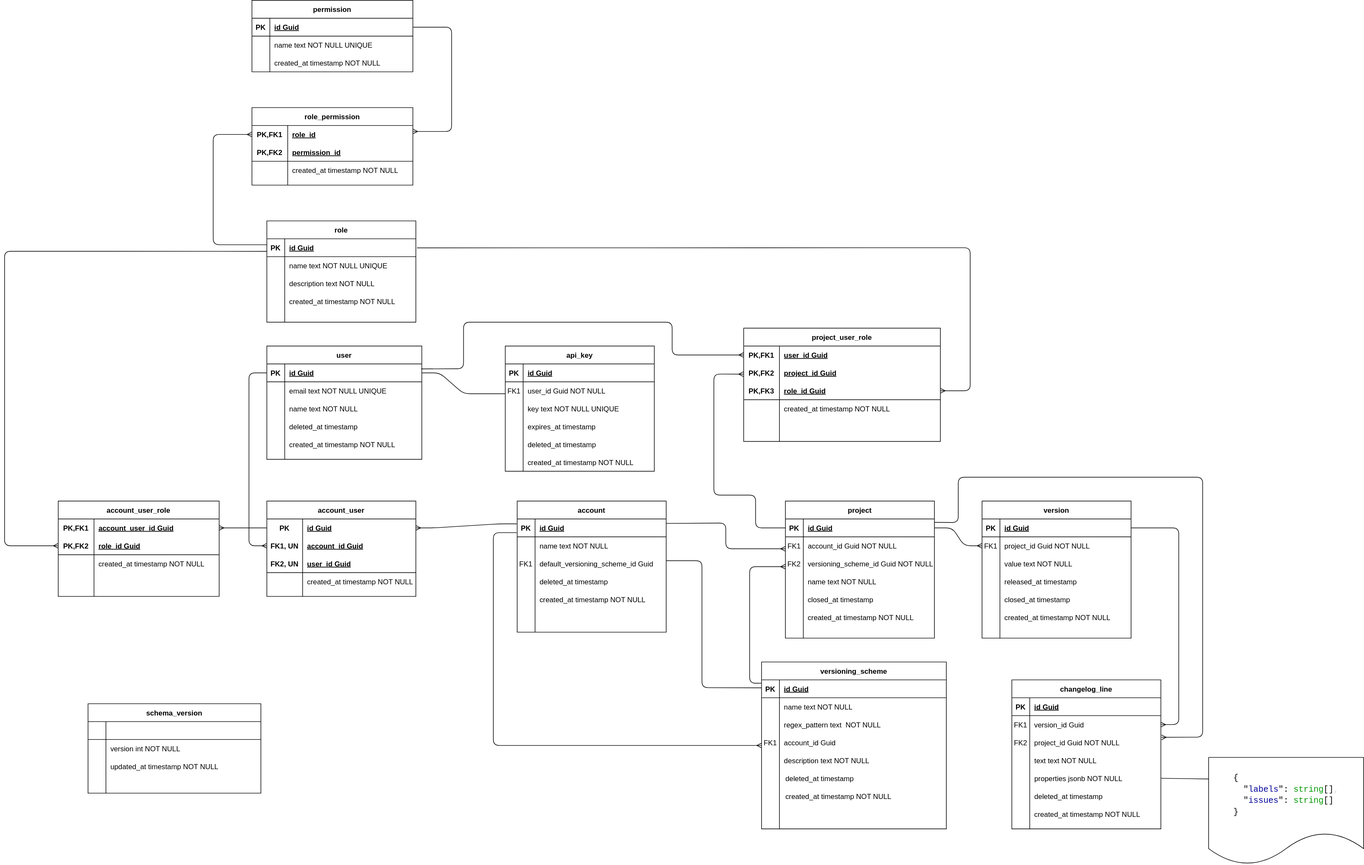
The draw.io diagram docs/assets/ChangeTrackerDbSchema.svg in stefan-jeitler/change-blog, before a commit. Source tidied: cells renumbered, new cells last; positions are measured from the earlier drawing's top-left corner, leaving out a move shared by most shapes.
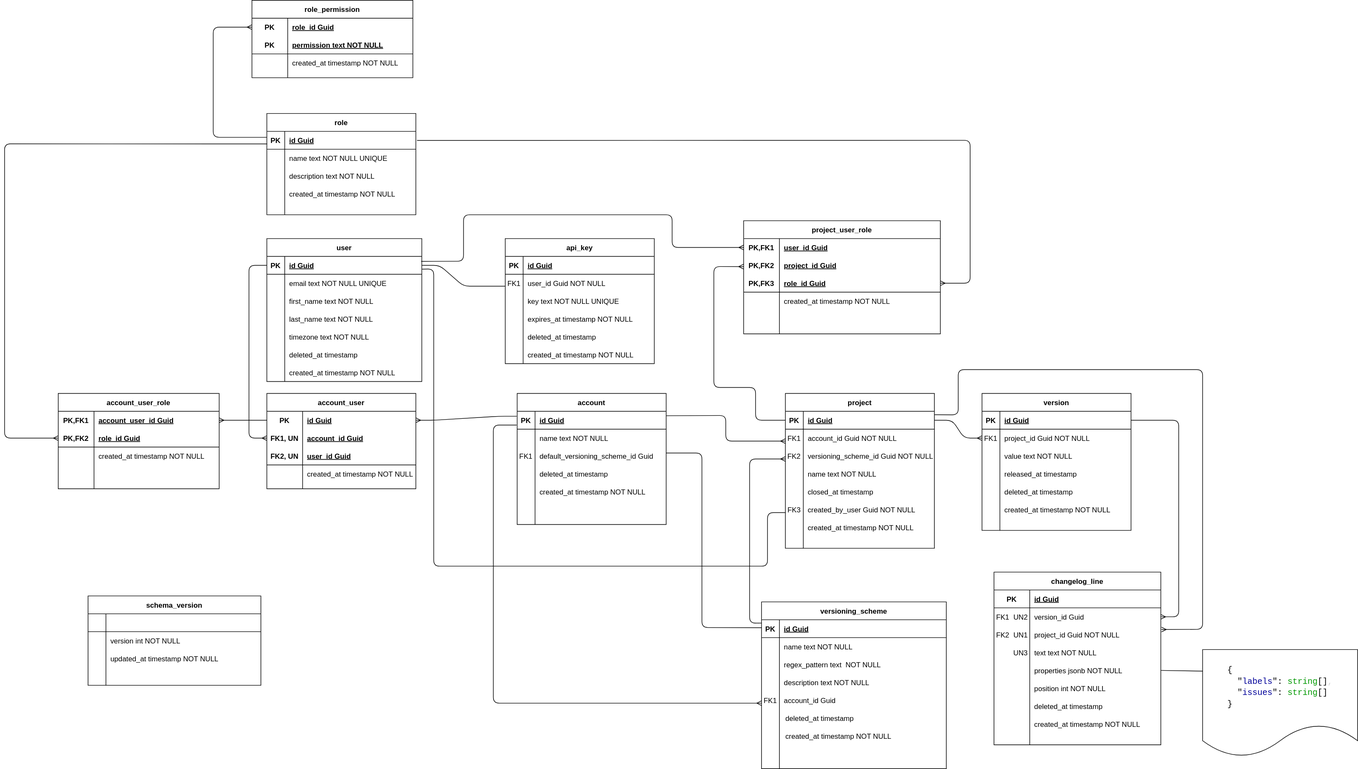
After the commit.

What changed in the source:
```diff
@@ -41,33 +41,33 @@
     <mxCell id="14" value="changelog_line" style="shape=table;startSize=30;rowLines=0;fontStyle=1;align=center;" parent="1" vertex="1">
-      <mxGeometry x="1689.9" y="1140" width="250" height="250" as="geometry" />
+      <mxGeometry x="1660" y="1140" width="279.9" height="290" as="geometry" />
     </mxCell>
     <mxCell id="15" style="shape=partialRectangle;fillColor=none;top=0;left=0;right=0;bottom=1;" parent="14" vertex="1">
-      <mxGeometry y="30" width="250" height="30" as="geometry" />
+      <mxGeometry y="30" width="279.9" height="30" as="geometry" />
     </mxCell>
     <mxCell id="16" value="PK" style="shape=partialRectangle;overflow=hidden;fillColor=none;top=0;left=0;bottom=0;right=0;fontStyle=1;" parent="15" vertex="1">
-      <mxGeometry width="30" height="30" as="geometry" />
+      <mxGeometry width="60" height="30" as="geometry" />
     </mxCell>
     <mxCell id="17" value="id Guid" style="shape=partialRectangle;overflow=hidden;fillColor=none;top=0;left=0;bottom=0;right=0;align=left;spacingLeft=6;fontStyle=5;" parent="15" vertex="1">
-      <mxGeometry x="30" width="220" height="30" as="geometry" />
+      <mxGeometry x="60" width="219.9" height="30" as="geometry" />
     </mxCell>
     <mxCell id="18" style="shape=partialRectangle;fillColor=none;points=[[0,0.5],[1,0.5]];portConstraint=eastwest;top=0;left=0;right=0;bottom=0;" parent="14" vertex="1">
-      <mxGeometry y="60" width="250" height="30" as="geometry" />
+      <mxGeometry y="60" width="279.9" height="30" as="geometry" />
     </mxCell>
-    <mxCell id="19" value="FK1" style="shape=partialRectangle;overflow=hidden;fillColor=none;top=0;left=0;bottom=0;right=0;" parent="18" vertex="1">
-      <mxGeometry width="30" height="30" as="geometry" />
+    <mxCell id="19" style="shape=partialRectangle;overflow=hidden;fillColor=none;top=0;left=0;bottom=0;right=0;" parent="18" vertex="1">
+      <mxGeometry width="60" height="30" as="geometry" />
     </mxCell>
     <mxCell id="20" value="version_id Guid" style="shape=partialRectangle;overflow=hidden;fillColor=none;top=0;left=0;bottom=0;right=0;align=left;spacingLeft=6;" parent="18" vertex="1">
-      <mxGeometry x="30" width="220" height="30" as="geometry" />
+      <mxGeometry x="60" width="219.9" height="30" as="geometry" />
     </mxCell>
     <mxCell id="21" style="shape=partialRectangle;fillColor=none;points=[[0,0.5],[1,0.5]];portConstraint=eastwest;top=0;left=0;right=0;bottom=0;" parent="14" vertex="1">
-      <mxGeometry y="90" width="250" height="30" as="geometry" />
+      <mxGeometry y="90" width="279.9" height="30" as="geometry" />
     </mxCell>
     <mxCell id="22" style="shape=partialRectangle;overflow=hidden;fillColor=none;top=0;left=0;bottom=0;right=0;" parent="21" vertex="1">
-      <mxGeometry width="30" height="30" as="geometry" />
+      <mxGeometry width="60" height="30" as="geometry" />
     </mxCell>
     <mxCell id="23" value="project_id Guid NOT NULL" style="shape=partialRectangle;overflow=hidden;fillColor=none;top=0;left=0;bottom=0;right=0;align=left;spacingLeft=6;" parent="21" vertex="1">
-      <mxGeometry x="30" width="220" height="30" as="geometry" />
+      <mxGeometry x="60" width="219.9" height="30" as="geometry" />
     </mxCell>
     <mxCell id="24" value="project" style="shape=table;startSize=30;rowLines=0;fontStyle=1;align=center;" parent="1" vertex="1">
-      <mxGeometry x="1310" y="840" width="250" height="230" as="geometry" />
+      <mxGeometry x="1310" y="840" width="250" height="260" as="geometry" />
     </mxCell>
@@ -143,3 +143,3 @@
     <mxCell id="48" value="versioning_scheme" style="shape=table;startSize=30;rowLines=0;fontStyle=1;align=center;" parent="1" vertex="1">
-      <mxGeometry x="1270" y="1110" width="310" height="280" as="geometry" />
+      <mxGeometry x="1270" y="1190" width="310" height="280" as="geometry" />
     </mxCell>
@@ -184,3 +184,3 @@
     </mxCell>
-    <mxCell id="60" value="expires_at timestamp" style="shape=partialRectangle;overflow=hidden;fillColor=none;top=0;left=0;bottom=0;right=0;align=left;spacingLeft=6;" parent="1" vertex="1">
+    <mxCell id="60" value="expires_at timestamp NOT NULL" style="shape=partialRectangle;overflow=hidden;fillColor=none;top=0;left=0;bottom=0;right=0;align=left;spacingLeft=6;" parent="1" vertex="1">
       <mxGeometry x="870" y="700" width="220" height="30" as="geometry" />
@@ -203,5 +203,5 @@
     <mxCell id="66" value="created_at timestamp NOT NULL" style="shape=partialRectangle;overflow=hidden;fillColor=none;top=0;left=0;bottom=0;right=0;align=left;spacingLeft=6;" parent="1" vertex="1">
-      <mxGeometry x="1719.9" y="1350" width="220" height="30" as="geometry" />
+      <mxGeometry x="1719.9" y="1380" width="220" height="30" as="geometry" />
     </mxCell>
-    <mxCell id="67" value="closed_at timestamp" style="shape=partialRectangle;overflow=hidden;fillColor=none;top=0;left=0;bottom=0;right=0;align=left;spacingLeft=6;" parent="1" vertex="1">
+    <mxCell id="67" value="deleted_at timestamp" style="shape=partialRectangle;overflow=hidden;fillColor=none;top=0;left=0;bottom=0;right=0;align=left;spacingLeft=6;" parent="1" vertex="1">
       <mxGeometry x="1669.9" y="990" width="220" height="30" as="geometry" />
@@ -212,3 +212,3 @@
     <mxCell id="69" style="shape=partialRectangle;fillColor=none;top=0;left=0;right=0;bottom=0;" parent="1" vertex="1">
-      <mxGeometry x="1270" y="1290" width="270" height="30" as="geometry" />
+      <mxGeometry x="1270" y="1370" width="270" height="30" as="geometry" />
     </mxCell>
@@ -224,3 +224,3 @@
         <Array as="points">
-          <mxPoint x="1250" y="1146" />
+          <mxPoint x="1250" y="1226" />
           <mxPoint x="1250" y="950" />
@@ -243,3 +243,3 @@
           <mxPoint x="1170" y="940" />
-          <mxPoint x="1170" y="1153" />
+          <mxPoint x="1170" y="1233" />
         </Array>
@@ -250,6 +250,6 @@
         <mxPoint x="859" y="893" as="sourcePoint" />
-        <mxPoint x="1270" y="1250" as="targetPoint" />
+        <mxPoint x="1270" y="1360" as="targetPoint" />
         <Array as="points">
           <mxPoint x="820" y="893" />
-          <mxPoint x="820" y="1250" />
+          <mxPoint x="820" y="1360" />
         </Array>
@@ -297,3 +297,3 @@
     <mxCell id="91" value="description text NOT NULL" style="shape=partialRectangle;overflow=hidden;fillColor=none;top=0;left=0;bottom=0;right=0;align=left;spacingLeft=6;" parent="1" vertex="1">
-      <mxGeometry x="1300" y="1260" width="280" height="30" as="geometry" />
+      <mxGeometry x="1300" y="1310" width="280" height="30" as="geometry" />
     </mxCell>
@@ -309,3 +309,3 @@
     <mxCell id="95" value="FK2" style="shape=partialRectangle;overflow=hidden;fillColor=none;top=0;left=0;bottom=0;right=0;" parent="1" vertex="1">
-      <mxGeometry x="1689.9" y="1230" width="30" height="30" as="geometry" />
+      <mxGeometry x="1660" y="1230" width="30" height="30" as="geometry" />
     </mxCell>
@@ -390,32 +390,2 @@
     </mxCell>
-    <mxCell id="120" value="permission" style="shape=table;startSize=30;rowLines=0;fontStyle=1;align=center;" parent="1" vertex="1">
-      <mxGeometry x="415" width="270" height="120" as="geometry" />
-    </mxCell>
-    <mxCell id="121" style="shape=partialRectangle;fillColor=none;top=0;left=0;bottom=1;right=0;points=[[0,0.5],[1,0.5]];portConstraint=eastwest;" parent="120" vertex="1">
-      <mxGeometry y="30" width="270" height="30" as="geometry" />
-    </mxCell>
-    <mxCell id="122" value="PK" style="shape=partialRectangle;fillColor=none;top=0;left=0;bottom=0;right=0;fontStyle=1;overflow=hidden;" parent="121" vertex="1">
-      <mxGeometry width="30" height="30" as="geometry" />
-    </mxCell>
-    <mxCell id="123" value="id Guid" style="shape=partialRectangle;fillColor=none;top=0;left=0;bottom=0;right=0;align=left;spacingLeft=6;fontStyle=5;overflow=hidden;" parent="121" vertex="1">
-      <mxGeometry x="30" width="240" height="30" as="geometry" />
-    </mxCell>
-    <mxCell id="124" style="shape=partialRectangle;fillColor=none;top=0;left=0;bottom=0;right=0;" parent="120" vertex="1">
-      <mxGeometry y="60" width="270" height="30" as="geometry" />
-    </mxCell>
-    <mxCell id="125" style="shape=partialRectangle;fillColor=none;top=0;left=0;bottom=0;right=0;overflow=hidden;" parent="124" vertex="1">
-      <mxGeometry width="30" height="30" as="geometry" />
-    </mxCell>
-    <mxCell id="126" value="name text NOT NULL UNIQUE" style="shape=partialRectangle;fillColor=none;top=0;left=0;bottom=0;right=0;align=left;spacingLeft=6;overflow=hidden;" parent="124" vertex="1">
-      <mxGeometry x="30" width="240" height="30" as="geometry" />
-    </mxCell>
-    <mxCell id="127" style="shape=partialRectangle;fillColor=none;top=0;left=0;bottom=0;right=0;" parent="120" vertex="1">
-      <mxGeometry y="90" width="270" height="30" as="geometry" />
-    </mxCell>
-    <mxCell id="128" style="shape=partialRectangle;fillColor=none;top=0;left=0;bottom=0;right=0;overflow=hidden;" parent="127" vertex="1">
-      <mxGeometry width="30" height="30" as="geometry" />
-    </mxCell>
-    <mxCell id="129" value="created_at timestamp NOT NULL" style="shape=partialRectangle;fillColor=none;top=0;left=0;bottom=0;right=0;align=left;spacingLeft=6;overflow=hidden;" parent="127" vertex="1">
-      <mxGeometry x="30" width="240" height="30" as="geometry" />
-    </mxCell>
     <mxCell id="130" value="role_permission" style="shape=table;startSize=30;rowLines=0;fontStyle=1;align=center;" parent="1" vertex="1">
@@ -426,6 +396,6 @@
     </mxCell>
-    <mxCell id="132" value="PK,FK1" style="shape=partialRectangle;fillColor=none;top=0;left=0;bottom=0;right=0;fontStyle=1;overflow=hidden;" parent="131" vertex="1">
+    <mxCell id="132" value="PK" style="shape=partialRectangle;fillColor=none;top=0;left=0;bottom=0;right=0;fontStyle=1;overflow=hidden;" parent="131" vertex="1">
       <mxGeometry width="60" height="30" as="geometry" />
     </mxCell>
-    <mxCell id="133" value="role_id" style="shape=partialRectangle;fillColor=none;top=0;left=0;bottom=0;right=0;align=left;spacingLeft=6;fontStyle=5;overflow=hidden;" parent="131" vertex="1">
+    <mxCell id="133" value="role_id Guid" style="shape=partialRectangle;fillColor=none;top=0;left=0;bottom=0;right=0;align=left;spacingLeft=6;fontStyle=5;overflow=hidden;" parent="131" vertex="1">
       <mxGeometry x="60" width="210" height="30" as="geometry" />
@@ -435,6 +405,6 @@
     </mxCell>
-    <mxCell id="135" value="PK,FK2" style="shape=partialRectangle;fillColor=none;top=0;left=0;bottom=0;right=0;fontStyle=1;overflow=hidden;" parent="134" vertex="1">
+    <mxCell id="135" value="PK" style="shape=partialRectangle;fillColor=none;top=0;left=0;bottom=0;right=0;fontStyle=1;overflow=hidden;" parent="134" vertex="1">
       <mxGeometry width="60" height="30" as="geometry" />
     </mxCell>
-    <mxCell id="136" value="permission_id" style="shape=partialRectangle;fillColor=none;top=0;left=0;bottom=0;right=0;align=left;spacingLeft=6;fontStyle=5;overflow=hidden;" parent="134" vertex="1">
+    <mxCell id="136" value="permission text NOT NULL" style="shape=partialRectangle;fillColor=none;top=0;left=0;bottom=0;right=0;align=left;spacingLeft=6;fontStyle=5;overflow=hidden;" parent="134" vertex="1">
       <mxGeometry x="60" width="210" height="30" as="geometry" />
@@ -451,9 +421,9 @@
     <mxCell id="140" value="account_id Guid" style="shape=partialRectangle;overflow=hidden;fillColor=none;top=0;left=0;bottom=0;right=0;align=left;spacingLeft=6;" parent="1" vertex="1">
-      <mxGeometry x="1300" y="1230" width="280" height="30" as="geometry" />
+      <mxGeometry x="1300" y="1340" width="280" height="30" as="geometry" />
     </mxCell>
     <mxCell id="141" value="FK1" style="shape=partialRectangle;overflow=hidden;fillColor=none;top=0;left=0;bottom=0;right=0;" parent="1" vertex="1">
-      <mxGeometry x="1270" y="1230" width="30" height="30" as="geometry" />
+      <mxGeometry x="1270" y="1340" width="30" height="30" as="geometry" />
     </mxCell>
     <mxCell id="142" value="user" style="shape=table;startSize=30;rowLines=0;fontStyle=1;align=center;" parent="1" vertex="1">
-      <mxGeometry x="440" y="580" width="260" height="190" as="geometry" />
+      <mxGeometry x="440" y="580" width="260" height="240" as="geometry" />
     </mxCell>
@@ -483,3 +453,3 @@
     </mxCell>
-    <mxCell id="151" value="name text NOT NULL" style="shape=partialRectangle;fillColor=none;top=0;left=0;bottom=0;right=0;align=left;spacingLeft=6;overflow=hidden;" parent="149" vertex="1">
+    <mxCell id="151" value="first_name text NOT NULL" style="shape=partialRectangle;fillColor=none;top=0;left=0;bottom=0;right=0;align=left;spacingLeft=6;overflow=hidden;" parent="149" vertex="1">
       <mxGeometry x="30" width="230" height="30" as="geometry" />
@@ -492,3 +462,3 @@
     </mxCell>
-    <mxCell id="154" value="deleted_at timestamp" style="shape=partialRectangle;fillColor=none;top=0;left=0;bottom=0;right=0;align=left;spacingLeft=6;overflow=hidden;" parent="152" vertex="1">
+    <mxCell id="154" value="last_name text NOT NULL" style="shape=partialRectangle;fillColor=none;top=0;left=0;bottom=0;right=0;align=left;spacingLeft=6;overflow=hidden;" parent="152" vertex="1">
       <mxGeometry x="30" width="230" height="30" as="geometry" />
@@ -496,3 +466,3 @@
     <mxCell id="155" value="created_at timestamp NOT NULL" style="shape=partialRectangle;fillColor=none;top=0;left=0;bottom=0;right=0;align=left;spacingLeft=6;overflow=hidden;" parent="1" vertex="1">
-      <mxGeometry x="470" y="730" width="200" height="30" as="geometry" />
+      <mxGeometry x="470" y="790" width="200" height="30" as="geometry" />
     </mxCell>
@@ -569,11 +539,2 @@
     </mxCell>
-    <mxCell id="172" style="fontSize=12;html=1;endArrow=none;endFill=0;entryX=1;entryY=0.5;entryDx=0;entryDy=0;startArrow=ERmany;startFill=0;" parent="1" edge="1" target="121">
-      <mxGeometry relative="1" as="geometry">
-        <mxPoint x="685" y="220" as="sourcePoint" />
-        <Array as="points">
-          <mxPoint x="750" y="220" />
-          <mxPoint x="750" y="45" />
-        </Array>
-      </mxGeometry>
-    </mxCell>
     <mxCell id="173" value="project_user_role" style="shape=table;startSize=30;rowLines=0;fontStyle=1;align=center;" parent="1" vertex="1">
@@ -667,3 +628,3 @@
     <mxCell id="196" value="&lt;blockquote style=&quot;margin: 0 0 0 40px ; border: none ; padding: 0px&quot;&gt;&lt;div style=&quot;font-family: &amp;#34;consolas&amp;#34; , &amp;#34;courier new&amp;#34; , monospace ; font-size: 14px ; line-height: 19px&quot;&gt;&lt;div&gt;&lt;span style=&quot;background-color: rgb(255 , 255 , 255)&quot;&gt;{&lt;/span&gt;&lt;/div&gt;&lt;/div&gt;&lt;div style=&quot;font-family: &amp;#34;consolas&amp;#34; , &amp;#34;courier new&amp;#34; , monospace ; font-size: 14px ; line-height: 19px&quot;&gt;&lt;div&gt;&lt;span style=&quot;background-color: rgb(255 , 255 , 255)&quot;&gt;&lt;font color=&quot;#d4d4d4&quot;&gt;&amp;nbsp;&amp;nbsp;&lt;/font&gt;&quot;&lt;font color=&quot;#000099&quot;&gt;labels&lt;/font&gt;&lt;/span&gt;&lt;span style=&quot;background-color: rgb(255 , 255 , 255)&quot;&gt;&quot;&lt;/span&gt;&lt;span style=&quot;background-color: rgb(255 , 255 , 255)&quot;&gt;:&lt;/span&gt;&lt;span style=&quot;background-color: rgb(255 , 255 , 255)&quot;&gt;&lt;font color=&quot;#d4d4d4&quot;&gt;&amp;nbsp;&lt;/font&gt;&lt;font color=&quot;#009900&quot;&gt;string&lt;/font&gt;[]&lt;font color=&quot;#d4d4d4&quot;&gt;,&lt;/font&gt;&lt;/span&gt;&lt;/div&gt;&lt;/div&gt;&lt;div style=&quot;font-family: &amp;#34;consolas&amp;#34; , &amp;#34;courier new&amp;#34; , monospace ; font-size: 14px ; line-height: 19px&quot;&gt;&lt;div&gt;&lt;span style=&quot;background-color: rgb(255 , 255 , 255)&quot;&gt;&lt;font color=&quot;#d4d4d4&quot;&gt;&amp;nbsp;&amp;nbsp;&lt;/font&gt;&lt;/span&gt;&lt;span style=&quot;background-color: rgb(255 , 255 , 255)&quot;&gt;&quot;&lt;/span&gt;&lt;span style=&quot;background-color: rgb(255 , 255 , 255)&quot;&gt;&lt;font color=&quot;#000099&quot;&gt;issues&lt;/font&gt;&lt;/span&gt;&lt;span style=&quot;background-color: rgb(255 , 255 , 255)&quot;&gt;&quot;&lt;/span&gt;&lt;span style=&quot;background-color: rgb(255 , 255 , 255)&quot;&gt;:&lt;font color=&quot;#d4d4d4&quot;&gt;&amp;nbsp;&lt;/font&gt;&lt;font color=&quot;#009900&quot;&gt;string&lt;/font&gt;[]&lt;/span&gt;&lt;/div&gt;&lt;/div&gt;&lt;div style=&quot;font-family: &amp;#34;consolas&amp;#34; , &amp;#34;courier new&amp;#34; , monospace ; font-size: 14px ; line-height: 19px&quot;&gt;&lt;div&gt;&lt;span style=&quot;background-color: rgb(255 , 255 , 255)&quot;&gt;}&lt;/span&gt;&lt;/div&gt;&lt;/div&gt;&lt;/blockquote&gt;" style="shape=document;whiteSpace=wrap;html=1;boundedLbl=1;align=left;" parent="1" vertex="1">
-      <mxGeometry x="2020" y="1270" width="260" height="180" as="geometry" />
+      <mxGeometry x="2010" y="1270" width="260" height="180" as="geometry" />
     </mxCell>
@@ -673,9 +634,9 @@
     <mxCell id="198" value="deleted_at timestamp " style="shape=partialRectangle;overflow=hidden;fillColor=none;top=0;left=0;bottom=0;right=0;align=left;spacingLeft=6;" parent="1" vertex="1">
-      <mxGeometry x="1720" y="1320" width="220" height="30" as="geometry" />
+      <mxGeometry x="1719.9" y="1350" width="220" height="30" as="geometry" />
     </mxCell>
     <mxCell id="199" value="created_at timestamp NOT NULL" style="shape=partialRectangle;overflow=hidden;fillColor=none;top=0;left=0;bottom=0;right=0;align=left;spacingLeft=6;" parent="1" vertex="1">
-      <mxGeometry x="1339.9" y="1020" width="220" height="30" as="geometry" />
+      <mxGeometry x="1339.9" y="1050" width="220" height="30" as="geometry" />
     </mxCell>
     <mxCell id="200" style="shape=partialRectangle;fillColor=none;top=0;left=0;right=0;bottom=0;" parent="1" vertex="1">
-      <mxGeometry x="1270" y="1320" width="270" height="30" as="geometry" />
+      <mxGeometry x="1270" y="1400" width="270" height="30" as="geometry" />
     </mxCell>
@@ -693,2 +654,40 @@
     </mxCell>
+    <mxCell id="205" value="position int NOT NULL " style="shape=partialRectangle;overflow=hidden;fillColor=none;top=0;left=0;bottom=0;right=0;align=left;spacingLeft=6;" parent="1" vertex="1">
+      <mxGeometry x="1719.9" y="1320" width="220" height="30" as="geometry" />
+    </mxCell>
+    <mxCell id="206" value="created_by_user Guid NOT NULL" style="shape=partialRectangle;overflow=hidden;fillColor=none;top=0;left=0;bottom=0;right=0;align=left;spacingLeft=6;" parent="1" vertex="1">
+      <mxGeometry x="1339.9" y="1020" width="220" height="30" as="geometry" />
+    </mxCell>
+    <mxCell id="207" value="FK3" style="shape=partialRectangle;overflow=hidden;fillColor=none;top=0;left=0;bottom=0;right=0;" parent="1" vertex="1">
+      <mxGeometry x="1310" y="1020" width="30" height="30" as="geometry" />
+    </mxCell>
+    <mxCell id="208" style="endArrow=none;html=1;entryX=1.002;entryY=0.712;entryDx=0;entryDy=0;entryPerimeter=0;" parent="1" edge="1" target="143">
+      <mxGeometry relative="1" as="geometry">
+        <mxPoint x="1310" y="1040" as="sourcePoint" />
+        <Array as="points">
+          <mxPoint x="1280" y="1040" />
+          <mxPoint x="1280" y="1130" />
+          <mxPoint x="720" y="1130" />
+          <mxPoint x="720" y="631" />
+        </Array>
+      </mxGeometry>
+    </mxCell>
+    <mxCell id="209" value="deleted_at timestamp" style="shape=partialRectangle;fillColor=none;top=0;left=0;bottom=0;right=0;align=left;spacingLeft=6;overflow=hidden;" parent="1" vertex="1">
+      <mxGeometry x="470" y="760" width="230" height="30" as="geometry" />
+    </mxCell>
+    <mxCell id="210" value="FK1" style="shape=partialRectangle;overflow=hidden;fillColor=none;top=0;left=0;bottom=0;right=0;" parent="1" vertex="1">
+      <mxGeometry x="1660" y="1200" width="30" height="30" as="geometry" />
+    </mxCell>
+    <mxCell id="211" value="UN2" style="shape=partialRectangle;overflow=hidden;fillColor=none;top=0;left=0;bottom=0;right=0;" parent="1" vertex="1">
+      <mxGeometry x="1690" y="1200" width="30" height="30" as="geometry" />
+    </mxCell>
+    <mxCell id="212" value="UN1" style="shape=partialRectangle;overflow=hidden;fillColor=none;top=0;left=0;bottom=0;right=0;" parent="1" vertex="1">
+      <mxGeometry x="1690" y="1230" width="30" height="30" as="geometry" />
+    </mxCell>
+    <mxCell id="213" value="UN3" style="shape=partialRectangle;overflow=hidden;fillColor=none;top=0;left=0;bottom=0;right=0;" parent="1" vertex="1">
+      <mxGeometry x="1689.9" y="1260" width="30" height="30" as="geometry" />
+    </mxCell>
+    <mxCell id="214" value="timezone text NOT NULL" style="shape=partialRectangle;fillColor=none;top=0;left=0;bottom=0;right=0;align=left;spacingLeft=6;overflow=hidden;" parent="1" vertex="1">
+      <mxGeometry x="470" y="730" width="230" height="30" as="geometry" />
+    </mxCell>
   </root>
```
